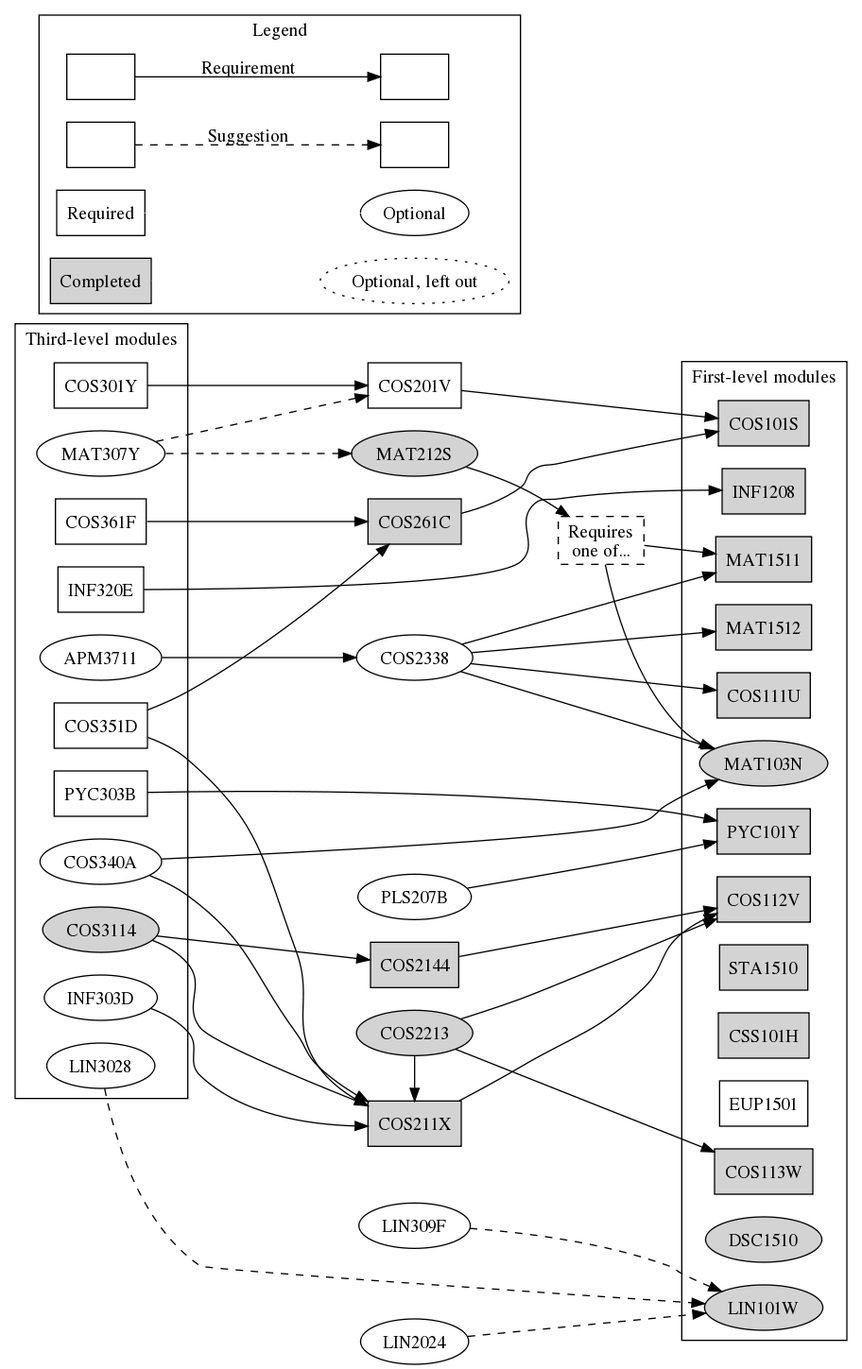
The Graphviz diagram ComputationalIntelligence.png in apauley/unisa-module-graph, before a commit. Its source is kept beside it as ComputationalIntelligence.dot.
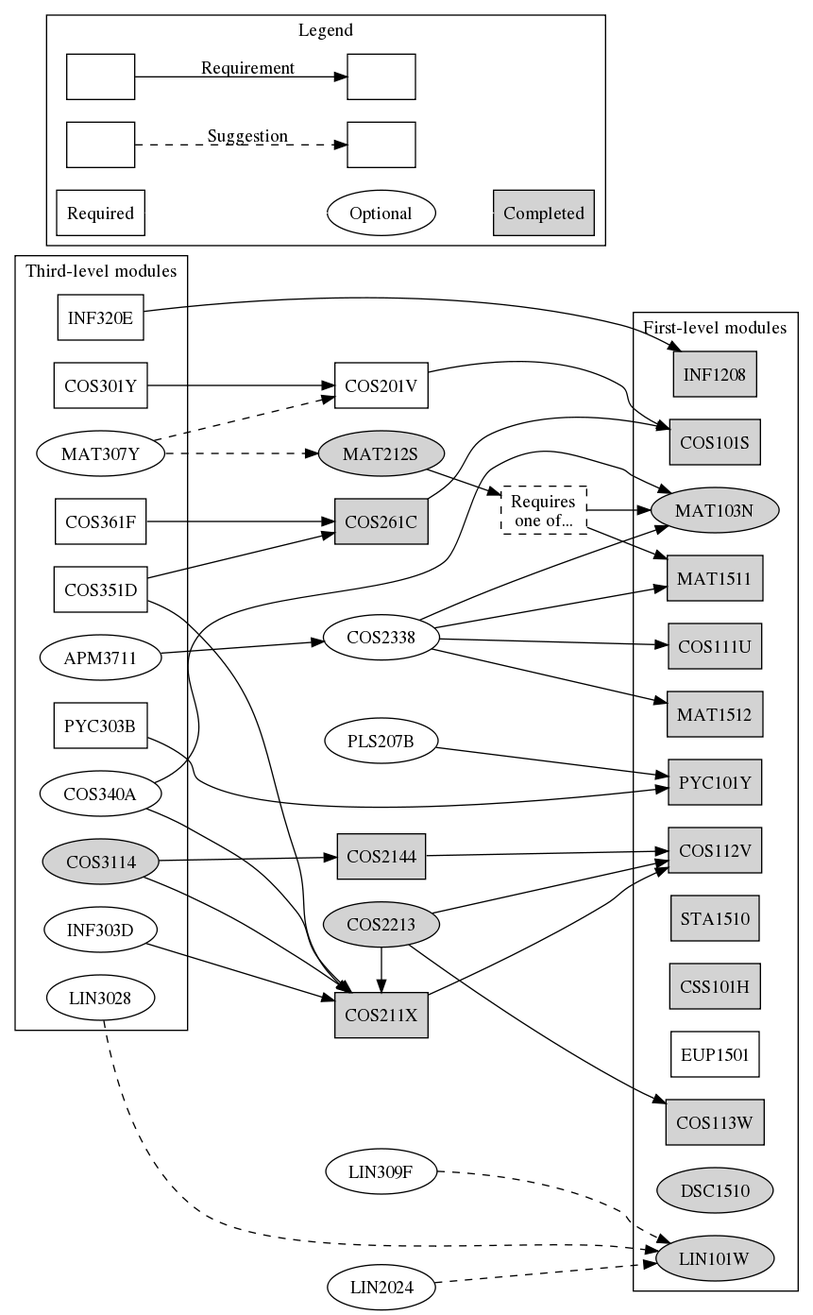
After the commit.

Diff of the diagram source:
```diff
@@ -58,9 +58,8 @@
         Required;
         Completed [style=filled];
         Optional [shape=ellipse];
-        Skipped [label="Optional, left out",shape=ellipse,style=dotted];
         Required -> Optional [color=white];
-        Completed -> Skipped [color=white];
+        Optional -> Completed [color=white];
     }
 
 
```
